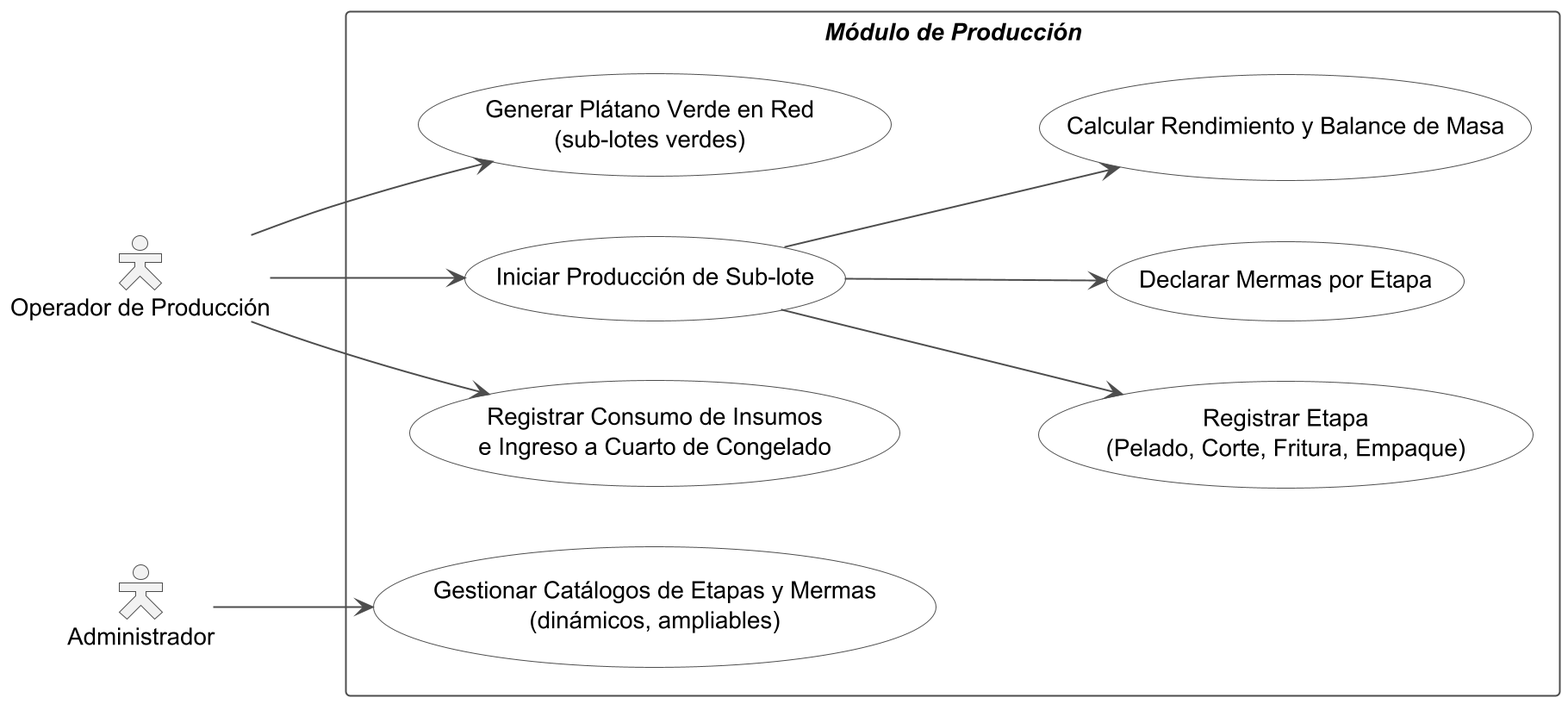
This is diagramas/iteraciones/iteracion3_casos_de_uso.png from DecosUniversity/distri_yaneth_backend, a PlantUML export, as it was before one commit. The source it was exported from:
```plantuml
@startuml iteracion3_casos_de_uso
skinparamlocked dpi 190
skinparam shadowing false
skinparam packageStyle rectangle
skinparam actorStyle hollow
left to right direction
skinparam actor {
  BorderColor #4D4D4D
  BackgroundColor #F2F2F2
}
skinparam usecase {
  BackgroundColor #FFFFFF
  BorderColor #4D4D4D
  ArrowColor #4D4D4D
}
skinparam rectangle {
  BorderColor #4D4D4D
  BackgroundColor #FFFFFF
}

actor "Operador de Producción" as Op
actor "Administrador" as A

rectangle "**//Módulo de Producción//**" {
  usecase "Iniciar Producción de Sub-lote" as UC_Ini
  usecase "Registrar Etapa\n(Pelado, Corte, Fritura, Empaque)" as UC_Etapa
  usecase "Declarar Mermas por Etapa" as UC_Merma
  usecase "Gestionar Catálogos de Etapas y Mermas\n(dinámicos, ampliables)" as UC_Cat
  usecase "Registrar Consumo de Insumos\ne Ingreso a Cuarto de Congelado" as UC_Insumos
  usecase "Calcular Rendimiento y Balance de Masa" as UC_Rend
  usecase "Generar Plátano Verde en Red\n(sub-lotes verdes)" as UC_Red
}

Op --> UC_Ini
Op --> UC_Insumos
Op --> UC_Red
A --> UC_Cat
UC_Ini --> UC_Etapa
UC_Ini --> UC_Merma
UC_Ini --> UC_Rend

@enduml
```
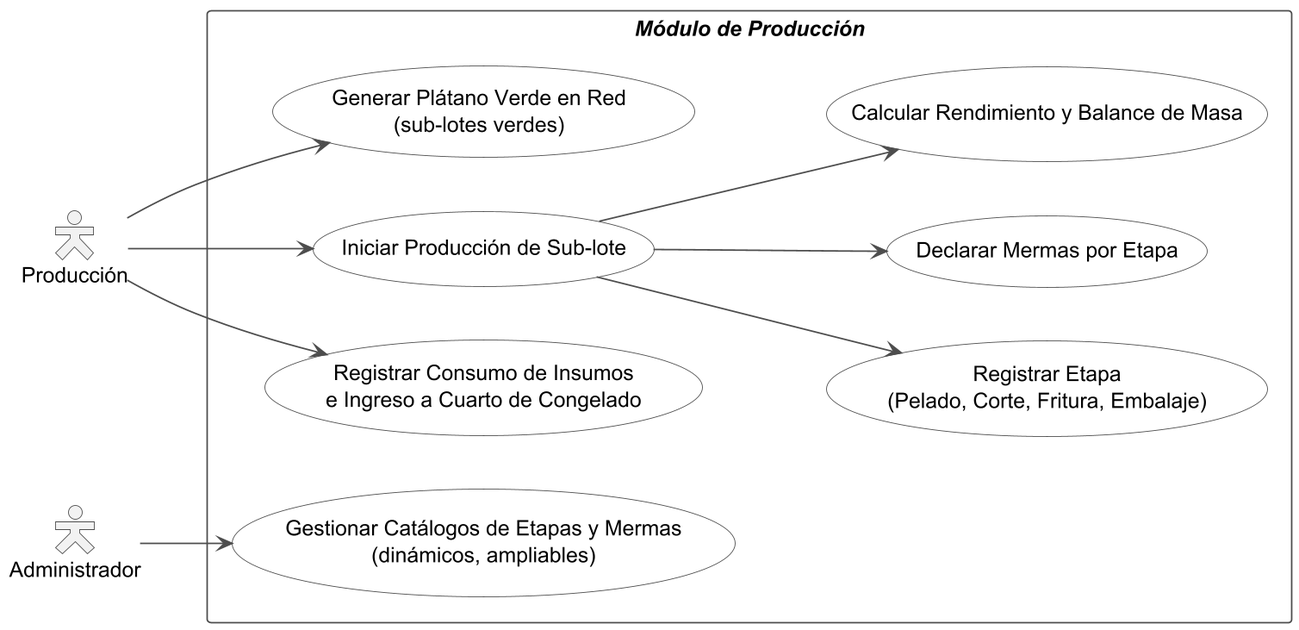
The same diagram one commit later.

Change to the diagram source:
```diff
@@ -1,5 +1,5 @@
 @startuml iteracion3_casos_de_uso
-skinparamlocked dpi 190
+skinparamlocked dpi 170
 skinparam shadowing false
 skinparam packageStyle rectangle
 skinparam actorStyle hollow
@@ -18,12 +18,12 @@
   BackgroundColor #FFFFFF
 }
 
-actor "Operador de Producción" as Op
+actor "Producción" as Op
 actor "Administrador" as A
 
 rectangle "**//Módulo de Producción//**" {
   usecase "Iniciar Producción de Sub-lote" as UC_Ini
-  usecase "Registrar Etapa\n(Pelado, Corte, Fritura, Empaque)" as UC_Etapa
+  usecase "Registrar Etapa\n(Pelado, Corte, Fritura, Embalaje)" as UC_Etapa
   usecase "Declarar Mermas por Etapa" as UC_Merma
   usecase "Gestionar Catálogos de Etapas y Mermas\n(dinámicos, ampliables)" as UC_Cat
   usecase "Registrar Consumo de Insumos\ne Ingreso a Cuarto de Congelado" as UC_Insumos
```
